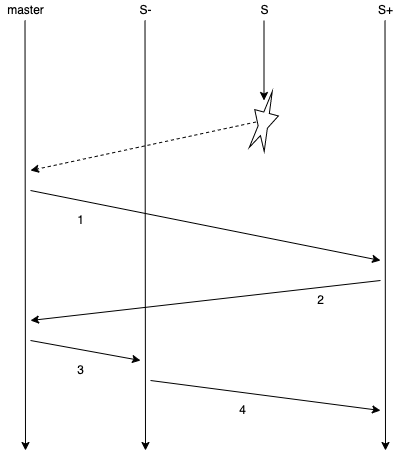
The draw.io diagram source/images/chain-replication-3.png in Frederick-S/frederick-s.github.io, before a commit. Source tidied: cells renumbered, new cells last; positions are measured from the earlier drawing's top-left corner, leaving out a move shared by most shapes.
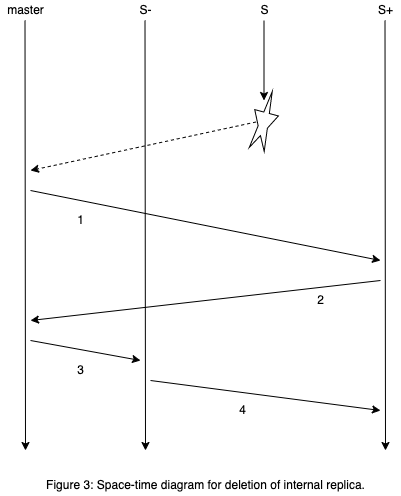
Above is the later version.

Change to the diagram source:
```diff
@@ -82,5 +82,8 @@
     <mxCell id="19" value="4" style="text;html=1;align=center;verticalAlign=middle;fillColor=none;strokeColor=none;rounded=0;" parent="1" vertex="1">
       <mxGeometry x="231.8" y="400" width="20" height="20" as="geometry" />
     </mxCell>
+    <mxCell id="20" value="Figure 3: Space-time diagram for deletion of internal replica." style="text;html=1;align=center;verticalAlign=middle;fillColor=none;strokeColor=none;rounded=0;" parent="1" vertex="1">
+      <mxGeometry x="40" y="475" width="330" height="20" as="geometry" />
+    </mxCell>
   </root>
 </mxGraphModel>
```
